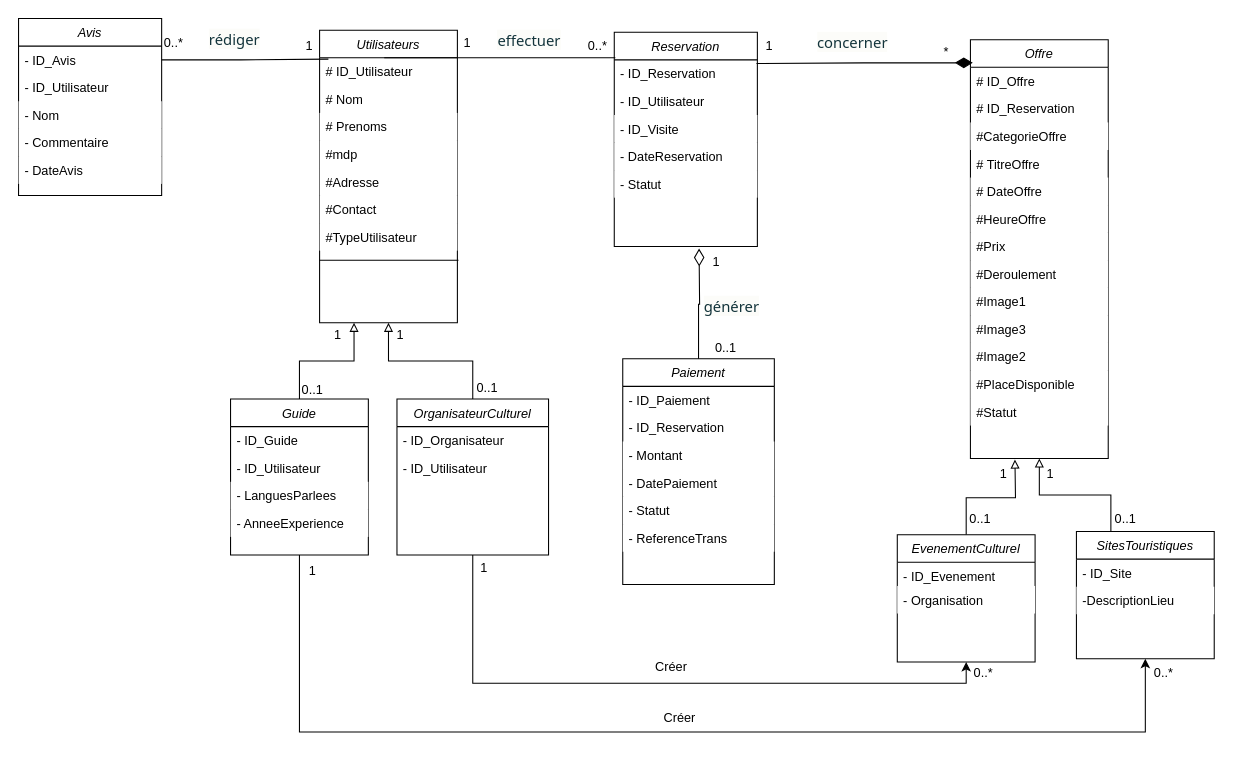
Before: diagramme classe.drawio in louis-fresnel99/TpGasaL1, a draw.io diagram. Source tidied: cells renumbered, new cells numbered last; positions are measured from the earlier drawing's top-left corner, leaving out a move shared by most shapes. Both pictures are drawn from the tidied source at 106%, with x=0, y=0 at pixel (18, 18).
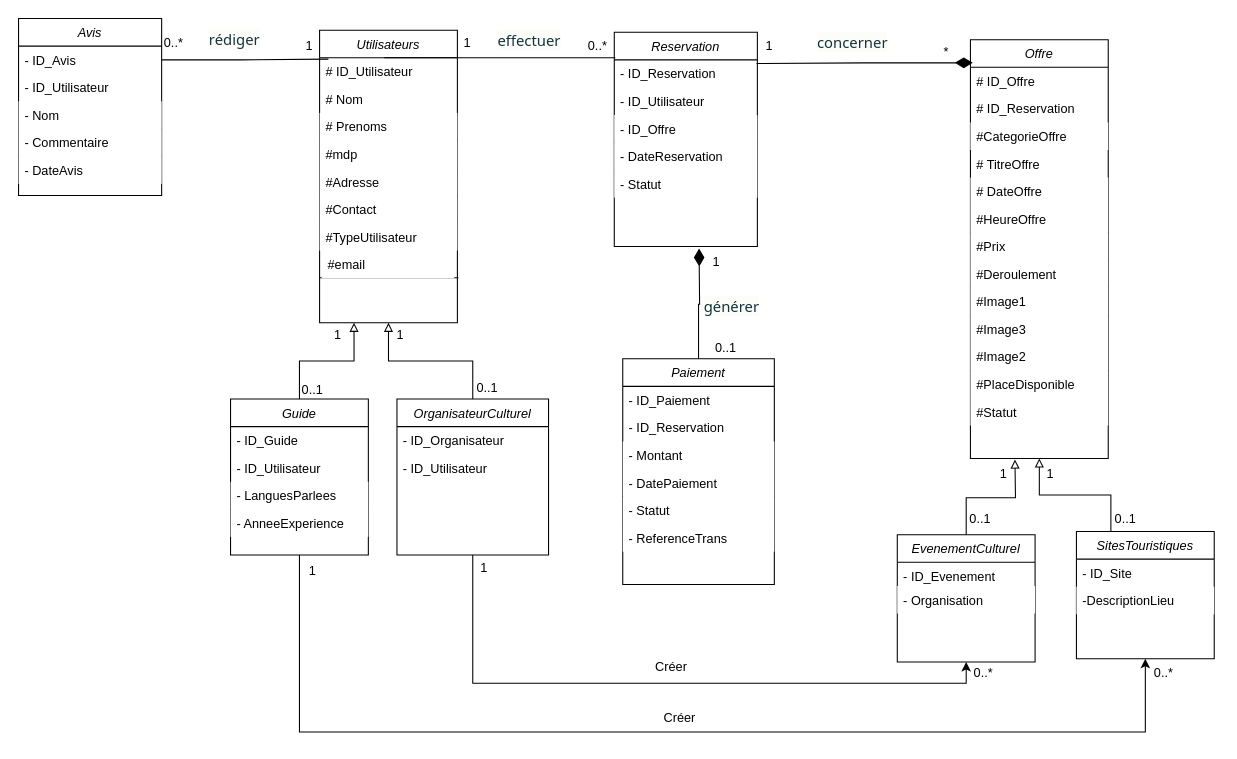
Above is the later version.

Commit message:
Mettre à jour diagramme classe.drawio

Unchanged cells that the change refers to:
```xml
<mxCell id="23" value="Reservation" style="swimlane;fontStyle=2;align=center;verticalAlign=top;horizontal=1;startSize=26;rounded=0;shadow=0;strokeWidth=1;" parent="1" vertex="1">
  <mxGeometry x="562" y="13" width="135" height="202" as="geometry" />
</mxCell>
<mxCell id="35" value="Paiement" style="swimlane;fontStyle=2;align=center;verticalAlign=top;horizontal=1;startSize=26;rounded=0;shadow=0;strokeWidth=1;" parent="1" vertex="1">
  <mxGeometry x="570" y="321" width="143" height="213" as="geometry" />
</mxCell>
```

What changed in the source:
```diff
@@
     <mxCell id="10" style="line;strokeWidth=1;fillColor=none;align=left;verticalAlign=middle;spacingTop=-1;spacingLeft=3;spacingRight=3;labelPosition=right;strokeColor=inherit;" parent="1" vertex="1">
-      <mxGeometry x="284" y="224" width="131" height="8" as="geometry" />
+      <mxGeometry x="284" y="224" width="131" height="41" as="geometry" />
     </mxCell>
@@
-    <mxCell id="26" value="- ID_Visite" style="text;align=left;verticalAlign=top;spacingLeft=4;spacingRight=4;overflow=hidden;rounded=0;shadow=0;html=0;fillColor=default;textShadow=0;fontColor=default;" parent="23" vertex="1">
+    <mxCell id="26" value="- ID_Offre" style="text;align=left;verticalAlign=top;spacingLeft=4;spacingRight=4;overflow=hidden;rounded=0;shadow=0;html=0;fillColor=default;textShadow=0;fontColor=default;" parent="23" vertex="1">
       <mxGeometry y="78" width="135" height="26" as="geometry" />
     </mxCell>
@@
-    <mxCell id="72" style="endArrow=none;html=1;endSize=12;startArrow=diamondThin;startSize=14;startFill=0;edgeStyle=orthogonalEdgeStyle;align=left;verticalAlign=bottom;rounded=0;entryX=0.5;entryY=0;entryDx=0;entryDy=0;" parent="1" edge="1" target="35">
+    <mxCell id="72" style="endArrow=none;html=1;endSize=12;startArrow=diamondThin;startSize=14;startFill=1;edgeStyle=orthogonalEdgeStyle;align=left;verticalAlign=bottom;rounded=0;entryX=0.5;entryY=0;entryDx=0;entryDy=0;" parent="1" edge="1" target="35">
       <mxGeometry x="-1" y="3" relative="1" as="geometry">
         <mxPoint x="642" y="217" as="sourcePoint" />
       </mxGeometry>
     </mxCell>
@@
+    <mxCell id="96" value="#email" style="text;align=left;verticalAlign=top;spacingLeft=4;spacingRight=4;overflow=hidden;rounded=0;shadow=0;html=0;fillColor=default;textShadow=0;fontColor=default;" parent="1" vertex="1">
+      <mxGeometry x="286" y="219" width="125" height="26" as="geometry" />
+    </mxCell>
```
